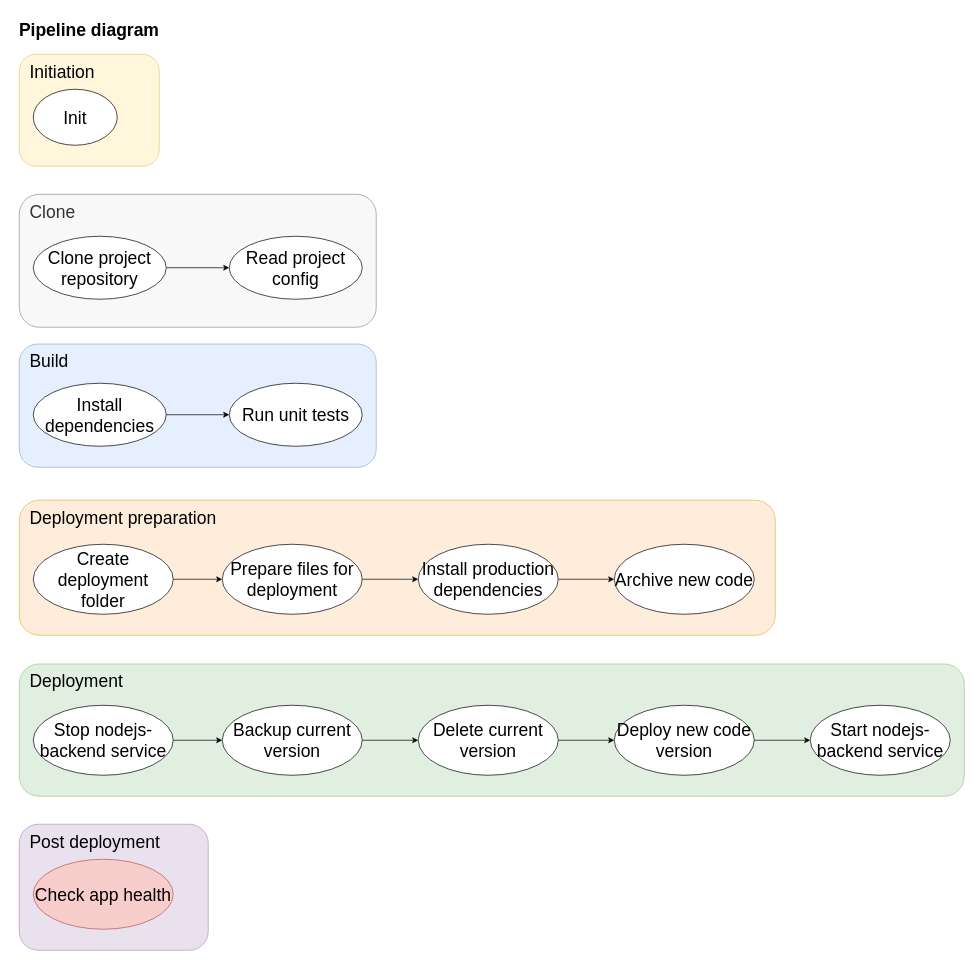
DomnMihai/jenkins-pipeline-tutorial__configuration keeps this draw.io diagram as diagrams/pipeline-diagram.drawio. Above is the earlier version. Source tidied: cells renumbered, new cells numbered last; positions are measured from the earlier drawing's top-left corner, leaving out a move shared by most shapes. Both pictures are drawn from the tidied source at 70%, with x=0, y=0 at pixel (12, 12).
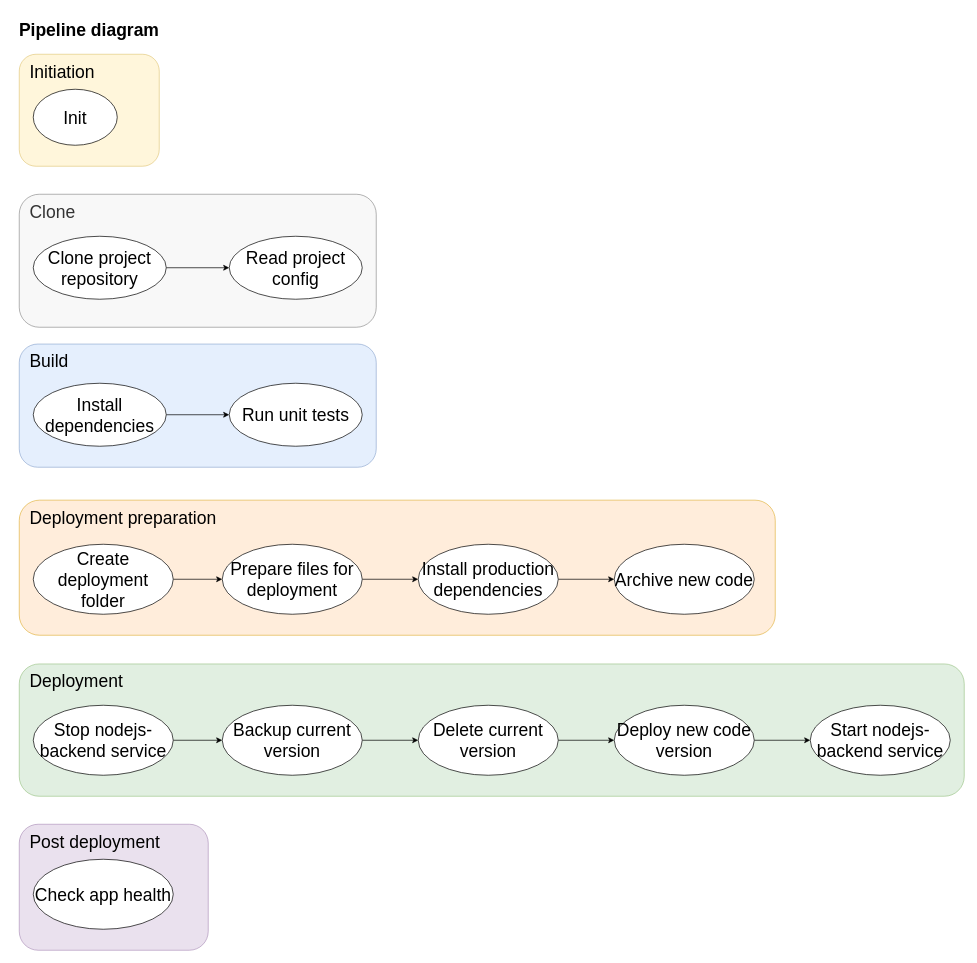
Above is the later version.

Commit message:
Updated diagram Check app health

The edit, as a diff of the source:
```diff
@@
-    <mxCell id="32" value="Check app health" style="ellipse;whiteSpace=wrap;html=1;fontSize=25;fillColor=#f8cecc;strokeColor=#b85450;" parent="1" vertex="1">
+    <mxCell id="32" value="Check app health" style="ellipse;whiteSpace=wrap;html=1;fontSize=25;" parent="1" vertex="1">
       <mxGeometry x="30" y="1210" width="200" height="100" as="geometry" />
     </mxCell>
```
